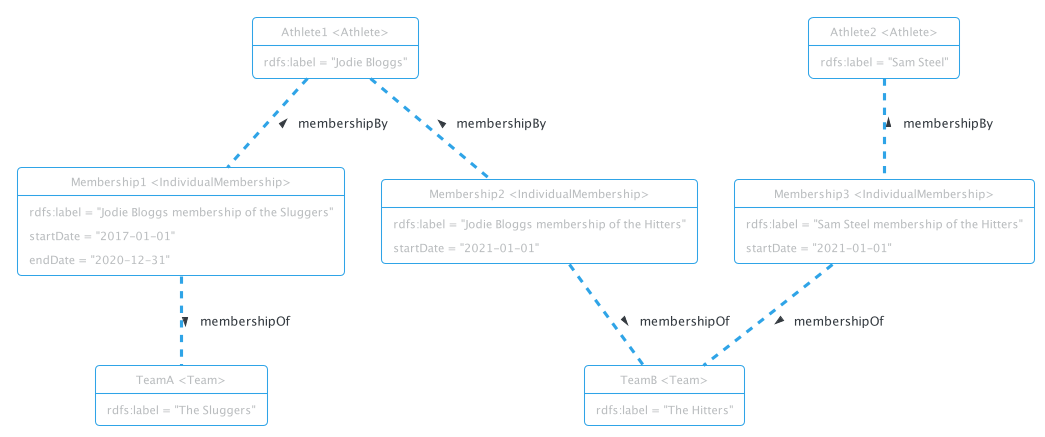
The PlantUML diagram docs/diagrams/athlete-membership-team.png in iptc/sport-schema, before a commit.
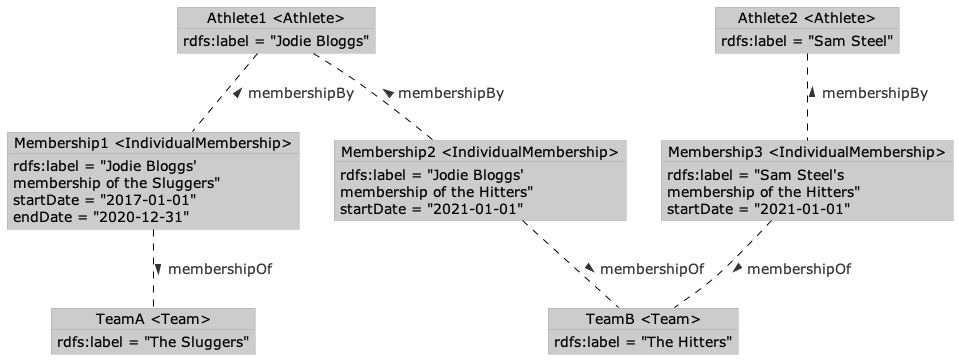
After the change.

The edit, as a diff of the source:
```diff
@@ -1,18 +1,19 @@
 @startuml
-!theme cerulean-outline
+!theme reddress-lightblue
+skinparam DefaultFontSize 14
 
 object "Athlete1 <Athlete>" as Athlete1 {
   rdfs:label = "Jodie Bloggs"
 }
 
 object "Membership1 <IndividualMembership>" as Membership1 {
-  rdfs:label = "Jodie Bloggs membership of the Sluggers"
+  rdfs:label = "Jodie Bloggs'\nmembership of the Sluggers"
   startDate = "2017-01-01"
   endDate = "2020-12-31"
 }
 
 object "Membership2 <IndividualMembership>" as Membership2 {
-  rdfs:label = "Jodie Bloggs membership of the Hitters"
+  rdfs:label = "Jodie Bloggs'\nmembership of the Hitters"
   startDate = "2021-01-01"
 }
 
@@ -21,7 +22,7 @@
 }
 
 object "Membership3 <IndividualMembership>" as Membership3 {
-  rdfs:label = "Sam Steel membership of the Hitters"
+  rdfs:label = "Sam Steel's\nmembership of the Hitters"
   startDate = "2021-01-01"
 }
 
```
